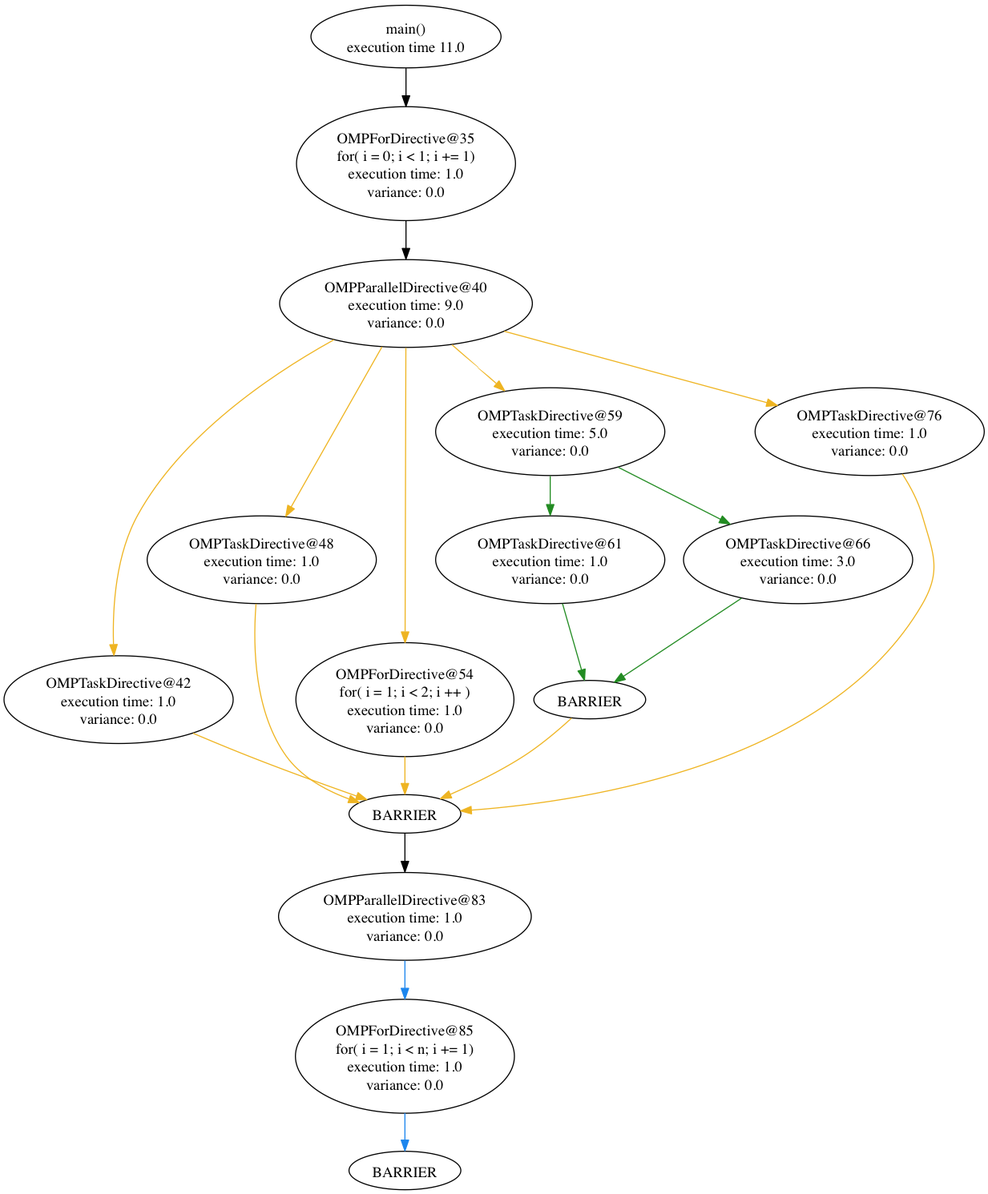
Above: graph_sched/graphs/main_flow.png in filippobrizzi/soma (Graphviz), before the change. Its source is kept beside it as graph_sched/graphs/main_flow.dot.
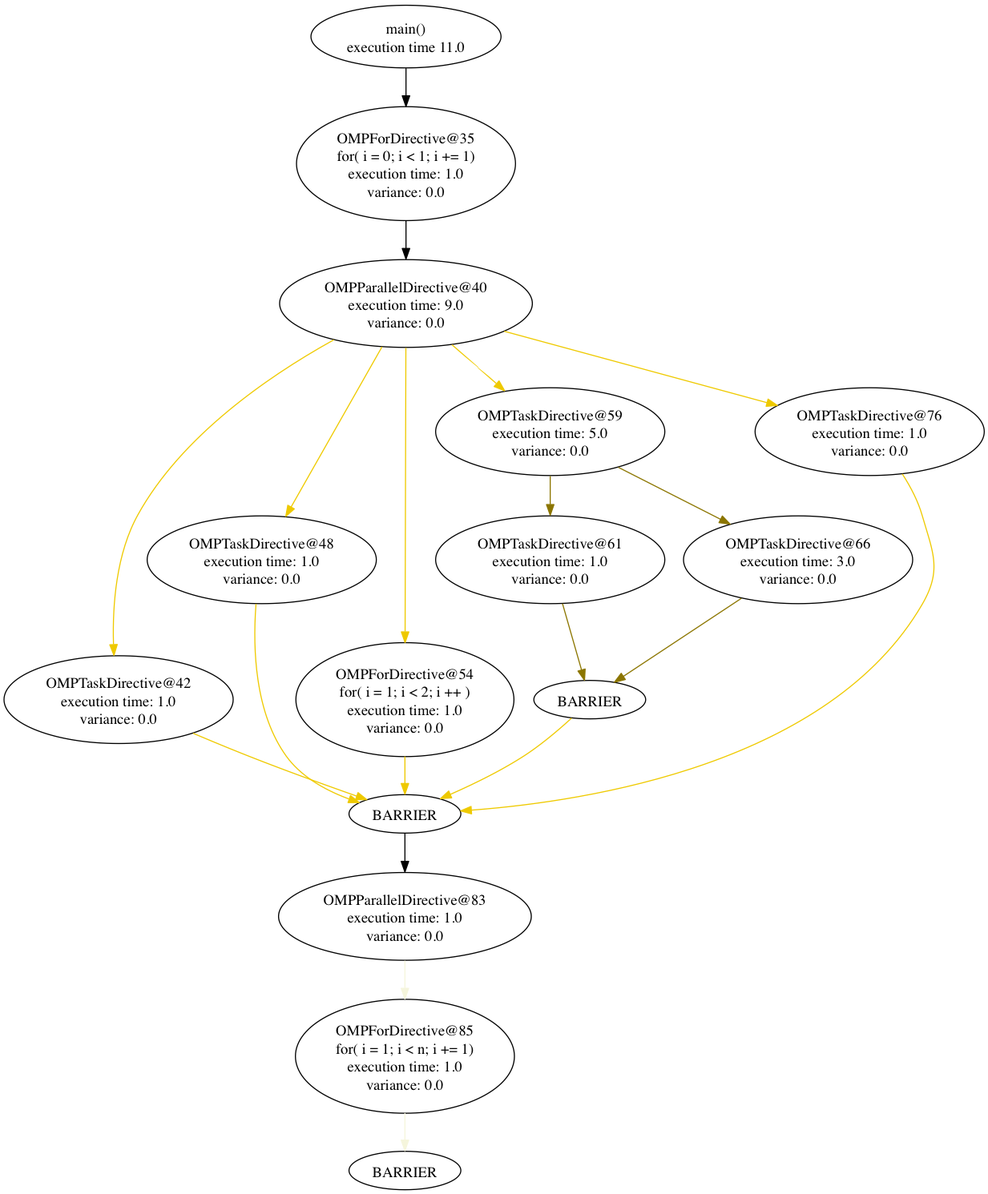
Above is the later version.

Change to the diagram source:
```diff
@@ -23,42 +23,42 @@
 		pos="107,459",
 		root=28,
 		width=2.9745];
-	40 -> 42	 [color=goldenrod2,
+	40 -> 42	 [color=gold2,
 		pos="e,102.66,500.53 308.44,795.98 249.25,763.15 166.39,706.91 125,632 104.58,595.05 101.16,546.79 102.23,510.8"];
 	48	 [height=1.1471,
 		label="OMPTaskDirective@48\nexecution time: 1.0\nvariance: 0.0",
 		pos="241,590",
 		root=28,
 		width=2.9745];
-	40 -> 48	 [color=goldenrod2,
+	40 -> 48	 [color=gold2,
 		pos="e,263.5,630.66 353.56,789.43 330.2,748.25 293.59,683.72 268.51,639.5"];
 	54	 [height=1.4771,
 		label="OMPForDirective@54\nfor( i = 1; i < 2; i ++ )\nexecution time: 1.0\nvariance: 0.0",
 		pos="375,459",
 		root=28,
 		width=2.8384];
-	40 -> 54	 [color=goldenrod2,
+	40 -> 54	 [color=gold2,
 		pos="e,375.14,512.46 375.89,788.46 375.72,724.26 375.38,598.75 375.17,522.83"];
 	59	 [height=1.1471,
 		label="OMPTaskDirective@59\nexecution time: 5.0\nvariance: 0.0",
 		pos="511,710",
 		root=28,
 		width=2.9745];
-	40 -> 59	 [color=goldenrod2,
+	40 -> 59	 [color=gold2,
 		pos="e,468.32,748.3 419.09,791.34 432.25,779.84 446.83,767.09 460.44,755.19"];
 	76	 [height=1.1471,
 		label="OMPTaskDirective@76\nexecution time: 1.0\nvariance: 0.0",
 		pos="810,710",
 		root=28,
 		width=2.9745];
-	40 -> 76	 [color=goldenrod2,
+	40 -> 76	 [color=gold2,
 		pos="e,723.63,734.48 468.04,803.98 540.31,784.33 640.64,757.05 713.93,737.12"];
 	"40_end"	 [height=0.5,
 		label=BARRIER,
 		pos="375,352",
 		root=28,
 		width=1.4568];
-	42 -> "40_end"	 [color=goldenrod2,
+	42 -> "40_end"	 [color=gold2,
 		pos="e,339.39,365.31 176.73,427.5 193.75,420.27 211.97,412.71 229,406 262.58,392.76 300.97,378.87 329.95,368.64"];
 	83	 [height=1.1471,
 		label="OMPParallelDirective@83\nexecution time: 1.0\nvariance: 0.0",
@@ -66,36 +66,36 @@
 		root=28,
 		width=3.2896];
 	"40_end" -> 83	 [pos="e,375,297.55 375,333.76 375,326.29 375,317.11 375,307.73"];
-	48 -> "40_end"	 [color=goldenrod2,
+	48 -> "40_end"	 [color=gold2,
 		pos="e,332.33,362.61 235.63,548.62 232.53,508.64 234.02,447.54 264,406 278.04,386.55 301.12,373.97 322.61,365.97"];
-	54 -> "40_end"	 [color=goldenrod2,
+	54 -> "40_end"	 [color=gold2,
 		pos="e,375,370.46 375,405.81 375,397.13 375,388.44 375,380.69"];
 	61	 [height=1.1471,
 		label="OMPTaskDirective@61\nexecution time: 1.0\nvariance: 0.0",
 		pos="511,590",
 		root=28,
 		width=2.9745];
-	59 -> 61	 [color=forestgreen,
+	59 -> 61	 [color=gold4,
 		pos="e,511,631.68 511,668.39 511,659.86 511,650.76 511,641.91"];
 	66	 [height=1.1471,
 		label="OMPTaskDirective@66\nexecution time: 3.0\nvariance: 0.0",
 		pos="743,590",
 		root=28,
 		width=2.9745];
-	59 -> 66	 [color=forestgreen,
+	59 -> 66	 [color=gold4,
 		pos="e,679.44,623.33 574.7,676.6 604.37,661.51 639.81,643.48 670.5,627.87"];
 	"59_end"	 [height=0.5,
 		label=BARRIER,
 		pos="548,459",
 		root=28,
 		width=1.4568];
-	61 -> "59_end"	 [color=forestgreen,
+	61 -> "59_end"	 [color=gold4,
 		pos="e,543.09,477.12 522.5,548.89 528.29,528.74 535.14,504.85 540.28,486.92"];
-	"59_end" -> "40_end"	 [color=goldenrod2,
+	"59_end" -> "40_end"	 [color=gold2,
 		pos="e,408.21,366.24 531.02,441.73 519.05,430.78 502.3,416.49 486,406 464.51,392.17 438.85,379.69 417.62,370.32"];
-	66 -> "59_end"	 [color=forestgreen,
+	66 -> "59_end"	 [color=gold4,
 		pos="e,571.04,475.24 689.97,553.92 654.56,530.49 609.18,500.48 579.39,480.76"];
-	76 -> "40_end"	 [color=goldenrod2,
+	76 -> "40_end"	 [color=gold2,
 		pos="e,427.17,354.8 840.57,670.34 848.09,658.67 855.1,645.39 859,632 869.44,596.16 877.78,580.27 859,548 772.36,399.15 547.47,363.84 \
 437.45,355.52"];
 	85	 [height=1.4771,
@@ -103,13 +103,13 @@
 		pos="375,125",
 		root=28,
 		width=2.8425];
-	83 -> 85	 [color=dodgerblue2,
+	83 -> 85	 [color=beige,
 		pos="e,375,178.64 375,214.54 375,206.36 375,197.58 375,188.84"];
 	"83_end"	 [height=0.5,
 		label=BARRIER,
 		pos="375,18",
 		root=28,
 		width=1.4568];
-	85 -> "83_end"	 [color=dodgerblue2,
+	85 -> "83_end"	 [color=beige,
 		pos="e,375,36.46 375,71.808 375,63.132 375,54.445 375,46.694"];
 }
```
